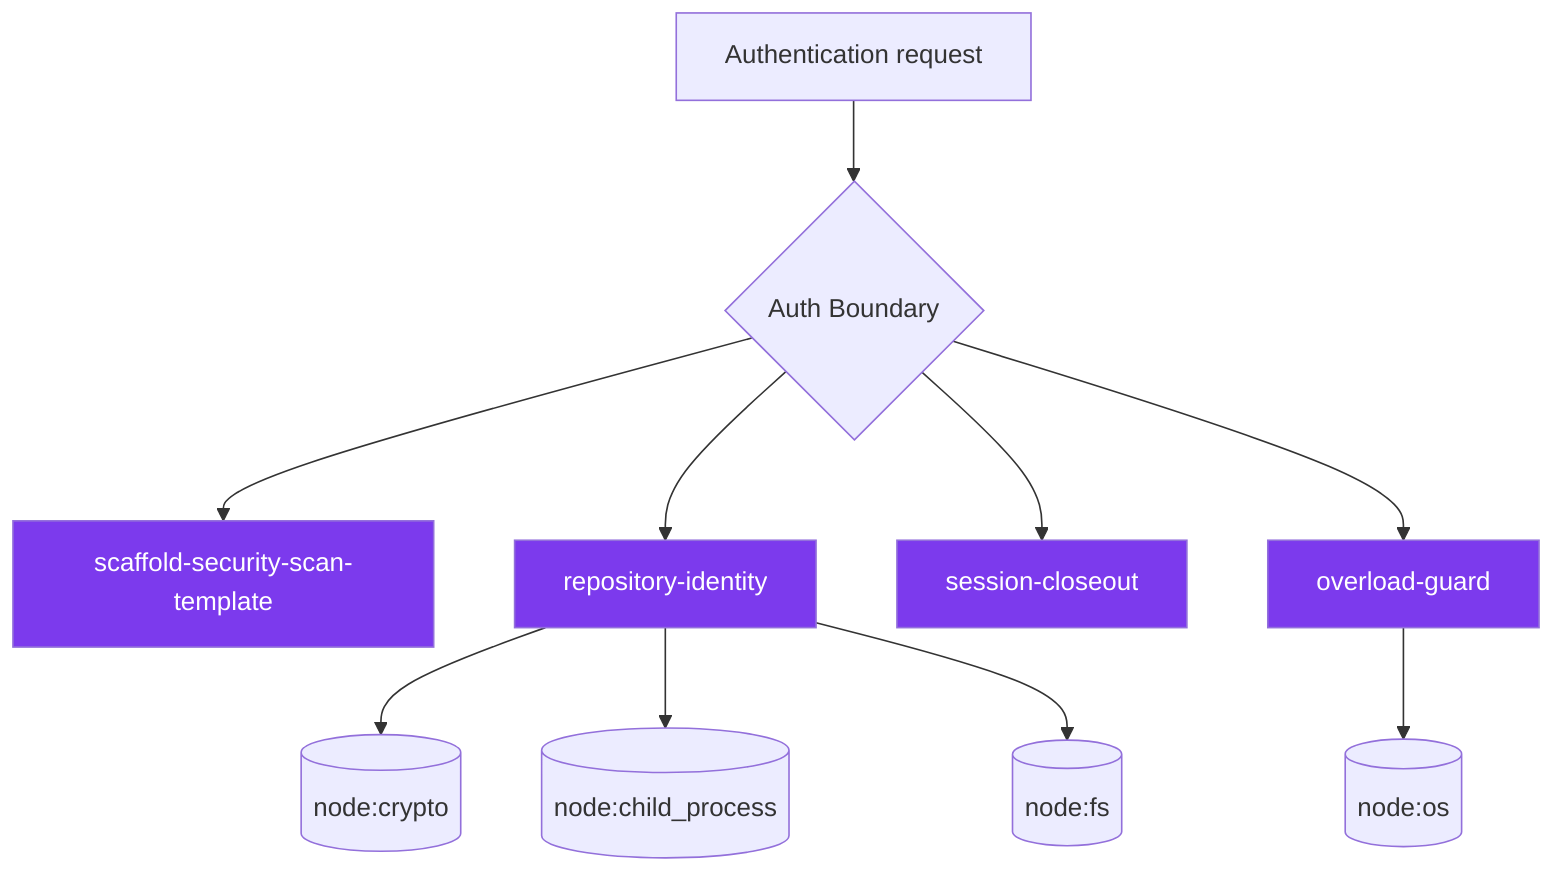
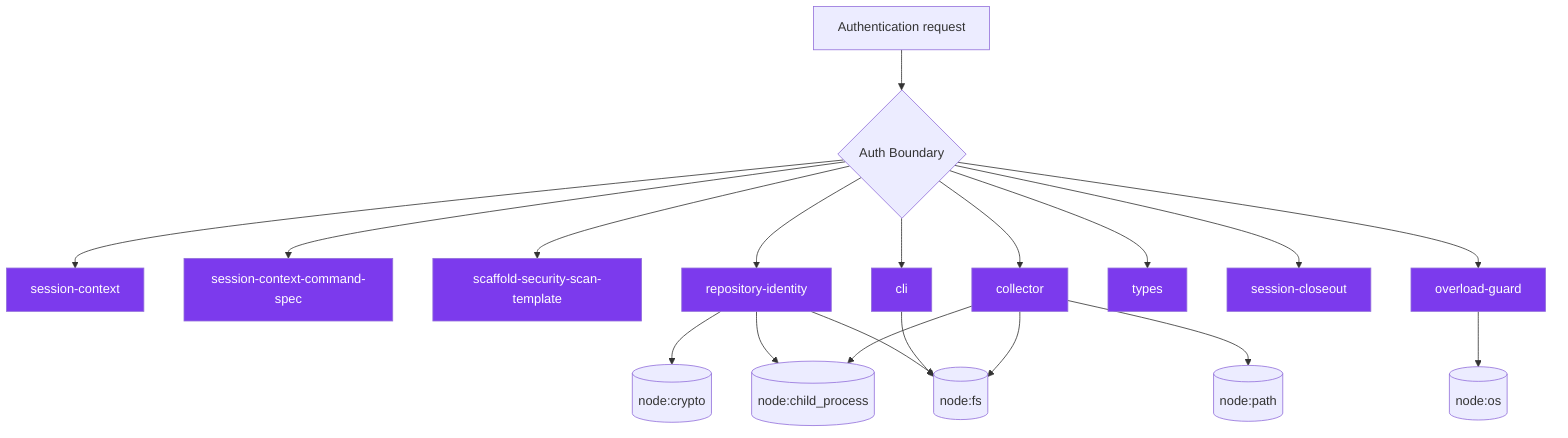
flowchart TD
  Request["Authentication request"]
  Boundary{"Auth Boundary"}
  Request --> Boundary
+   session_context_e5ec72c0["session-context"]
+   Boundary --> session_context_e5ec72c0
+   session_context_command_spec_973afbb1["session-context-command-spec"]
+   Boundary --> session_context_command_spec_973afbb1
  scaffold_security_scan_template_55bc7465["scaffold-security-scan-template"]
  Boundary --> scaffold_security_scan_template_55bc7465
  repository_identity_9dc13d37["repository-identity"]
  Boundary --> repository_identity_9dc13d37
+   cli_11_338a8415["cli"]
+   Boundary --> cli_11_338a8415
+   collector_0736fd5b["collector"]
+   Boundary --> collector_0736fd5b
+   types_31_eb363e20["types"]
+   Boundary --> types_31_eb363e20
  session_closeout_f3efb270["session-closeout"]
  Boundary --> session_closeout_f3efb270
  overload_guard_2748c559["overload-guard"]
  Boundary --> overload_guard_2748c559
  ext_node_crypto_879f6cbe[("node:crypto")]
  ext_node_child_process_cb73900b[("node:child_process")]
  ext_node_fs_df6b52af[("node:fs")]
+   ext_node_path_0e7d56ab[("node:path")]
  ext_node_os_e9717731[("node:os")]
  repository_identity_9dc13d37 --> ext_node_crypto_879f6cbe
  repository_identity_9dc13d37 --> ext_node_child_process_cb73900b
  repository_identity_9dc13d37 --> ext_node_fs_df6b52af
+   cli_11_338a8415 --> ext_node_fs_df6b52af
+   collector_0736fd5b --> ext_node_child_process_cb73900b
+   collector_0736fd5b --> ext_node_fs_df6b52af
+   collector_0736fd5b --> ext_node_path_0e7d56ab
  overload_guard_2748c559 --> ext_node_os_e9717731
  classDef authNode fill:#7c3aed,color:#fff
-   class scaffold_security_scan_template_55bc7465,repository_identity_9dc13d37,session_closeout_f3efb270,overload_guard_2748c559 authNode
+   class session_context_e5ec72c0,session_context_command_spec_973afbb1,scaffold_security_scan_template_55bc7465,repository_identity_9dc13d37,cli_11_338a8415,collector_0736fd5b,types_31_eb363e20,session_closeout_f3efb270,overload_guard_2748c559 authNode
